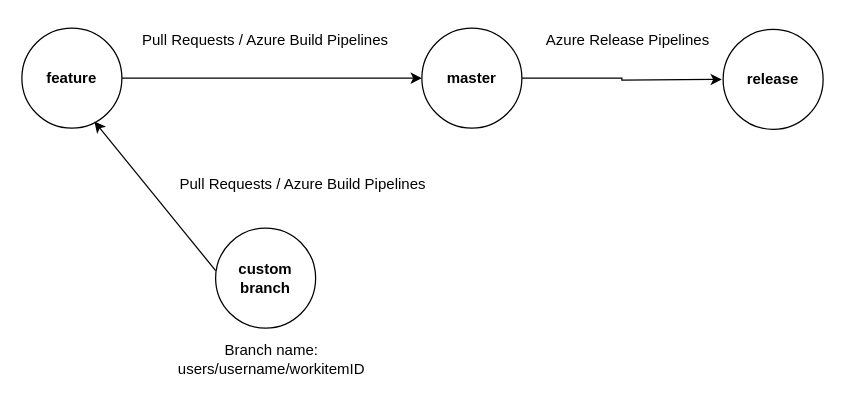
Before: BranchStrategy.drawio in surajnaik90/Architectures-Designs, a draw.io diagram. Source tidied: cells renumbered, new cells numbered last; positions are measured from the earlier drawing's top-left corner, leaving out a move shared by most shapes. Both pictures are drawn from the tidied source at 125%, with x=0, y=0 at pixel (21, 21).
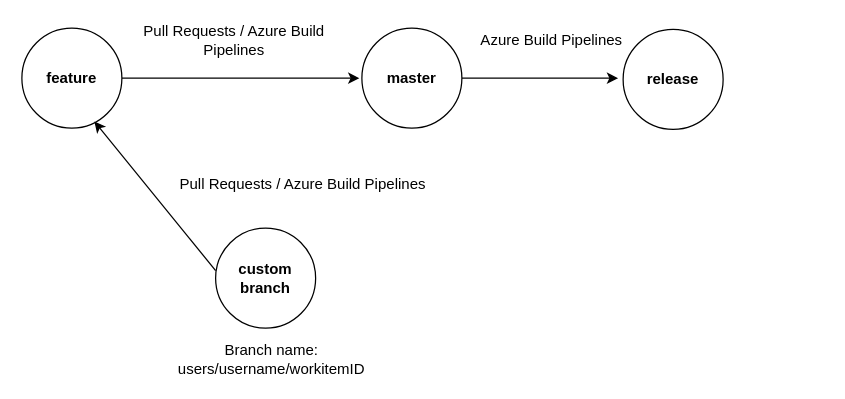
The same diagram, later.

Diff of the diagram source:
```diff
@@
 <mxGraphModel>
   <root>
     <mxCell id="0" />
     <mxCell id="1" parent="0" />
     <mxCell id="2" value="&lt;b&gt;custom branch&lt;/b&gt;" style="ellipse;whiteSpace=wrap;html=1;" parent="1" vertex="1">
       <mxGeometry x="155" y="165" width="80" height="80" as="geometry" />
     </mxCell>
-    <mxCell id="3" style="edgeStyle=orthogonalEdgeStyle;rounded=0;jettySize=auto;html=1;entryX=0;entryY=0.5;entryDx=0;entryDy=0;" parent="1" edge="1" source="4" target="6">
-      <mxGeometry relative="1" as="geometry" />
+    <mxCell id="3" style="edgeStyle=orthogonalEdgeStyle;rounded=0;jettySize=auto;html=1;" parent="1" edge="1" source="4">
+      <mxGeometry relative="1" as="geometry">
+        <mxPoint x="270" y="45" as="targetPoint" />
+      </mxGeometry>
     </mxCell>
     <mxCell id="4" style="ellipse;whiteSpace=wrap;html=1;" parent="1" vertex="1">
       <mxGeometry y="5" width="80" height="80" as="geometry" />
     </mxCell>
     <mxCell id="5" style="edgeStyle=orthogonalEdgeStyle;rounded=0;jettySize=auto;html=1;fontSize=12;" parent="1" edge="1" source="6">
       <mxGeometry relative="1" as="geometry">
-        <mxPoint x="560" y="46" as="targetPoint" />
+        <mxPoint x="477" y="45" as="targetPoint" />
       </mxGeometry>
     </mxCell>
     <mxCell id="6" style="ellipse;whiteSpace=wrap;html=1;" parent="1" vertex="1">
-      <mxGeometry x="320" y="5" width="80" height="80" as="geometry" />
+      <mxGeometry x="272" y="5" width="80" height="80" as="geometry" />
     </mxCell>
     <mxCell id="7" style="endArrow=classic;html=1;rounded=0;entryX=0.725;entryY=1.008;entryDx=0;entryDy=0;exitX=0;exitY=0.5;exitDx=0;exitDy=0;entryPerimeter=0;" parent="1" edge="1">
       <mxGeometry relative="1" as="geometry">
         <mxPoint x="155" y="199" as="sourcePoint" />
         <mxPoint x="58" y="79.6" as="targetPoint" />
       </mxGeometry>
     </mxCell>
     <mxCell id="8" value="feature" style="text;html=1;strokeColor=none;fillColor=none;align=center;verticalAlign=middle;whiteSpace=wrap;rounded=0;fontStyle=1;" parent="1" vertex="1">
       <mxGeometry x="10" y="30" width="60" height="30" as="geometry" />
     </mxCell>
     <mxCell id="9" value="master" style="text;html=1;strokeColor=none;fillColor=none;align=center;verticalAlign=middle;whiteSpace=wrap;rounded=0;fontStyle=1;" parent="1" vertex="1">
-      <mxGeometry x="330" y="30" width="60" height="30" as="geometry" />
+      <mxGeometry x="282" y="30" width="60" height="30" as="geometry" />
     </mxCell>
     <mxCell id="10" value="Pull Requests / Azure Build Pipelines" style="text;html=1;strokeColor=none;fillColor=none;align=center;verticalAlign=middle;whiteSpace=wrap;rounded=0;" parent="1" vertex="1">
-      <mxGeometry x="90" width="210" height="30" as="geometry" />
+      <mxGeometry x="90" width="160" height="30" as="geometry" />
     </mxCell>
     <mxCell id="11" value="Branch name:&lt;br&gt;users/username/workitemID" style="text;html=1;strokeColor=none;fillColor=none;align=center;verticalAlign=middle;whiteSpace=wrap;rounded=0;fontSize=12;" parent="1" vertex="1">
       <mxGeometry x="90" y="255" width="220" height="30" as="geometry" />
     </mxCell>
     <mxCell id="12" value="Pull Requests / Azure Build Pipelines" style="text;html=1;strokeColor=none;fillColor=none;align=center;verticalAlign=middle;whiteSpace=wrap;rounded=0;" parent="1" vertex="1">
       <mxGeometry x="120" y="115" width="210" height="30" as="geometry" />
     </mxCell>
     <mxCell id="13" style="ellipse;whiteSpace=wrap;html=1;" parent="1" vertex="1">
-      <mxGeometry x="561" y="6" width="80" height="80" as="geometry" />
+      <mxGeometry x="481" y="6" width="80" height="80" as="geometry" />
     </mxCell>
     <mxCell id="14" value="release" style="text;html=1;strokeColor=none;fillColor=none;align=center;verticalAlign=middle;whiteSpace=wrap;rounded=0;fontStyle=1;" parent="1" vertex="1">
-      <mxGeometry x="571" y="31" width="60" height="30" as="geometry" />
+      <mxGeometry x="491" y="31" width="60" height="30" as="geometry" />
     </mxCell>
-    <mxCell id="15" value="Azure Release Pipelines" style="text;html=1;strokeColor=none;fillColor=none;align=center;verticalAlign=middle;whiteSpace=wrap;rounded=0;" parent="1" vertex="1">
-      <mxGeometry x="380" width="210" height="30" as="geometry" />
+    <mxCell id="15" value="Azure Build Pipelines" style="text;html=1;strokeColor=none;fillColor=none;align=center;verticalAlign=middle;whiteSpace=wrap;rounded=0;" parent="1" vertex="1">
+      <mxGeometry x="319" width="210" height="30" as="geometry" />
     </mxCell>
   </root>
 </mxGraphModel>
```
